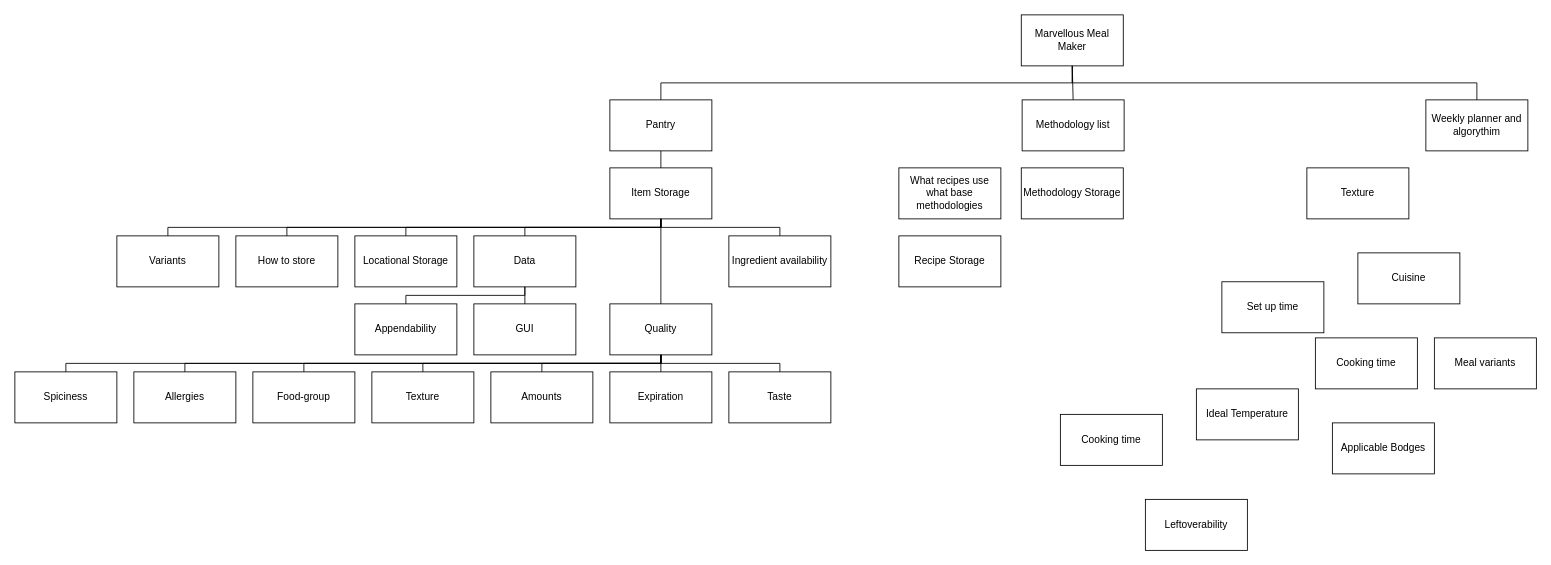
This is Marvellous Meal Maker.drawio from JessHorserage/Marvellous-Meal-Maker, a draw.io file, before an edit. Source tidied: cells renumbered, new cells numbered last; positions are measured from the earlier drawing's top-left corner, leaving out a move shared by most shapes. Both pictures are drawn from the tidied source at 85%, with x=0, y=0 at pixel (14, 14).
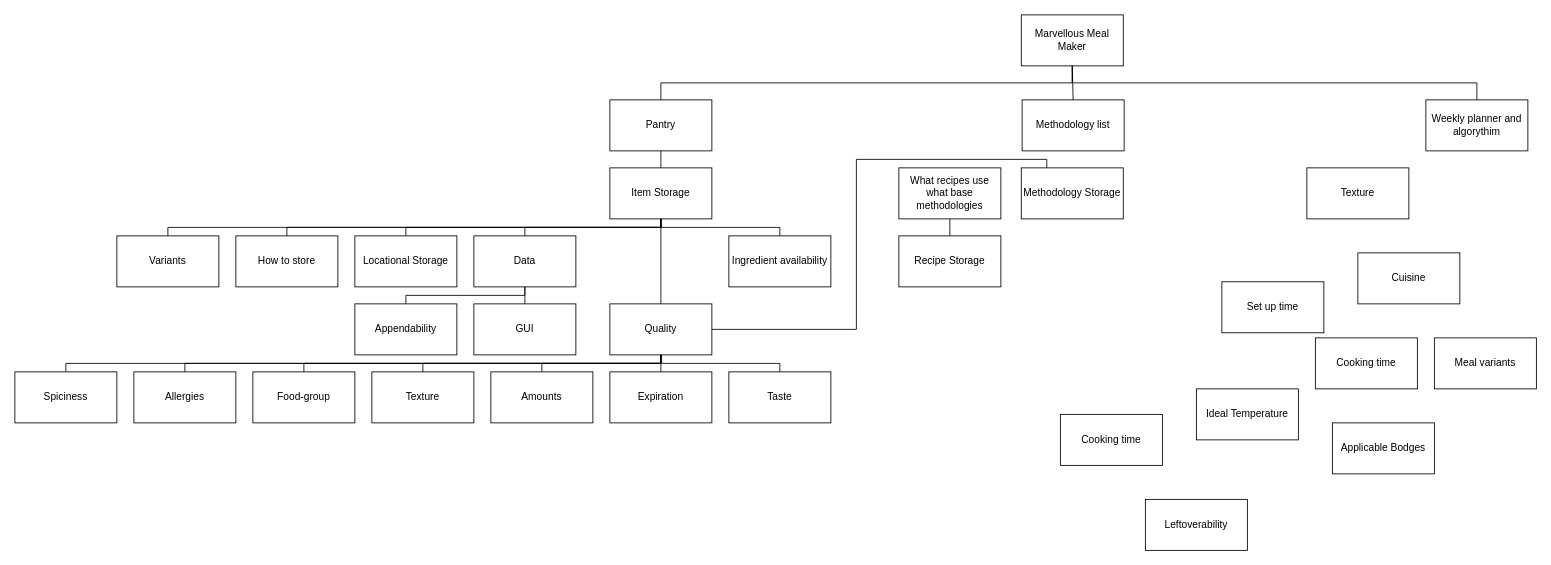
After the change.

The change refers to these unchanged cells:
```xml
<mxCell id="19" value="Quality" style="rounded=0;whiteSpace=wrap;html=1;" parent="1" vertex="1">
  <mxGeometry x="700" y="340" width="120" height="60" as="geometry" />
</mxCell>
<mxCell id="39" value="What recipes use what base methodologies" style="rounded=0;whiteSpace=wrap;html=1;" parent="1" vertex="1">
  <mxGeometry x="1040" y="180" width="120" height="60" as="geometry" />
</mxCell>
<mxCell id="41" value="Recipe Storage" style="rounded=0;whiteSpace=wrap;html=1;" parent="1" vertex="1">
  <mxGeometry x="1040" y="260" width="120" height="60" as="geometry" />
</mxCell>
<mxCell id="49" value="Methodology Storage" style="rounded=0;whiteSpace=wrap;html=1;" parent="1" vertex="1">
  <mxGeometry x="1184" y="180" width="120" height="60" as="geometry" />
</mxCell>
```

What changed in the source:
```diff
@@
+    <mxCell id="53" style="endArrow=none;html=1;rounded=0;entryX=0.25;entryY=0;entryDx=0;entryDy=0;exitX=1;exitY=0.5;exitDx=0;exitDy=0;" parent="1" edge="1" source="19" target="49">
+      <mxGeometry relative="1" as="geometry">
+        <Array as="points">
+          <mxPoint x="990" y="370" />
+          <mxPoint x="990" y="170" />
+          <mxPoint x="1214" y="170" />
+        </Array>
+      </mxGeometry>
+    </mxCell>
+    <mxCell id="54" style="endArrow=none;html=1;rounded=0;entryX=0.5;entryY=0;entryDx=0;entryDy=0;exitX=0.5;exitY=1;exitDx=0;exitDy=0;" parent="1" edge="1" source="39" target="41">
+      <mxGeometry relative="1" as="geometry" />
+    </mxCell>
```
